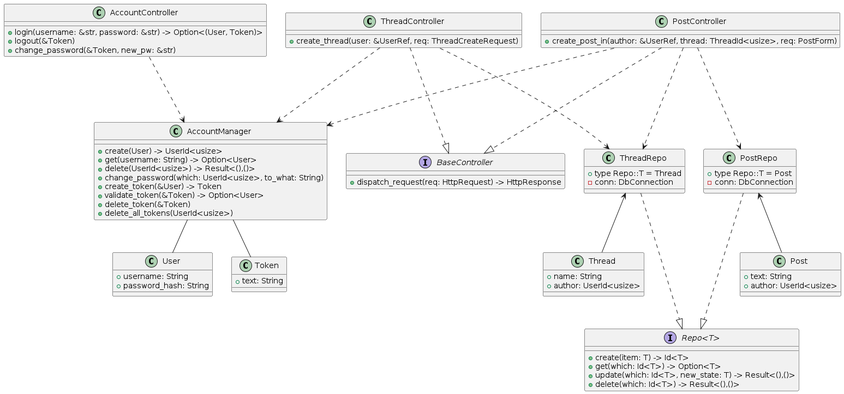
Earlier version of the PlantUML export diagrams/app-controller-classes.plantuml-rendered.png (danya02/rudn-year3-uml).
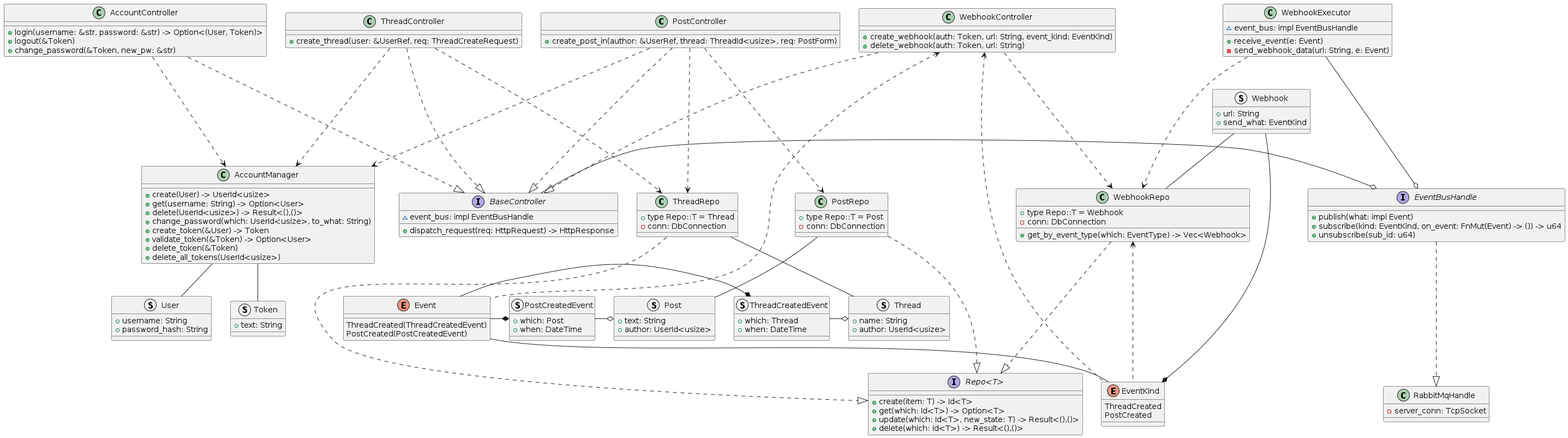
Later version of the same file.

Commit message:
Add webhook controllers to diagram.

Change to the diagram source:
```diff
@@ -1,10 +1,10 @@
 @startuml AppControllerClasses
 
-class User {
+struct User {
     + username: String
     + password_hash: String
 }
-class Token {
+struct Token {
     + text: String
 }
 
@@ -12,8 +12,9 @@
     + login(username: &str, password: &str) -> Option<(User, Token)>
     + logout(&Token)
     + change_password(&Token, new_pw: &str)
+}
 
-}
+AccountController -.-|> BaseController
 
 
 
@@ -47,11 +48,11 @@
     + delete_all_tokens(UserId<usize>)
 }
 
-class Thread {
+struct Thread {
     + name: String
     + author: UserId<usize>
 }
-class Post {
+struct Post {
     + text: String
     + author: UserId<usize>
 }
@@ -65,7 +66,7 @@
     - conn: DbConnection
 }
 
-PostRepo <-- Post
+PostRepo -- Post
 
 interface "Repo<T>" {
     + create(item: T) -> Id<T>
@@ -77,8 +78,11 @@
 ThreadRepo -.-|> "Repo<T>"
 
 interface BaseController {
+    ~ event_bus: impl EventBusHandle
     + dispatch_request(req: HttpRequest) -> HttpResponse
 }
+
+BaseController -o EventBusHandle
 
 PostController -.-|> BaseController
 ThreadController -.-|> BaseController
@@ -88,10 +92,88 @@
 
 PostRepo -.-|> "Repo<T>"
 
-ThreadRepo <-- Thread
+ThreadRepo -- Thread
 
 ThreadController -.-> ThreadRepo
 
+interface EventBusHandle {
+    + publish(what: impl Event)
+    + subscribe(kind: EventKind, on_event: FnMut(Event) -> ()) -> u64
+    + unsubscribe(sub_id: u64)
+}
+
+class RabbitMqHandle {
+    - server_conn: TcpSocket
+}
+
+EventBusHandle -.-|> RabbitMqHandle
+
+enum Event {
+    ThreadCreated(ThreadCreatedEvent)
+    PostCreated(PostCreatedEvent)
+}
 
 
+struct ThreadCreatedEvent {
+    + which: Thread
+    + when: DateTime
+}
+struct PostCreatedEvent {
+    + which: Post
+    + when: DateTime
+}
+
+
+ThreadCreatedEvent -o Thread
+PostCreatedEvent -o Post
+
+Event -* ThreadCreatedEvent
+Event -* PostCreatedEvent
+
+enum EventKind {
+    ThreadCreated
+    PostCreated
+}
+
+class WebhookController {
+    + create_webhook(auth: Token, url: String, event_kind: EventKind)
+    + delete_webhook(auth: Token, url: String)
+}
+
+WebhookController <-.- Event
+WebhookController <-.- EventKind
+
+Event -- EventKind
+
+
+class WebhookRepo {
+    + type Repo::T = Webhook
+    - conn: DbConnection
+    + get_by_event_type(which: EventType) -> Vec<Webhook>
+}
+
+
+struct Webhook {
+    + url: String
+    + send_what: EventKind
+}
+
+Webhook -- WebhookRepo
+Webhook -* EventKind
+
+WebhookRepo -.-|> "Repo<T>"
+
+WebhookRepo <-.- EventKind
+
+WebhookController -.-> WebhookRepo
+WebhookController -.-|> BaseController
+
+class WebhookExecutor {
+    ~ event_bus: impl EventBusHandle
+    + receive_event(e: Event)
+    - send_webhook_data(url: String, e: Event)
+}
+
+WebhookExecutor -.-> WebhookRepo
+WebhookExecutor -o EventBusHandle
 @enduml
```
